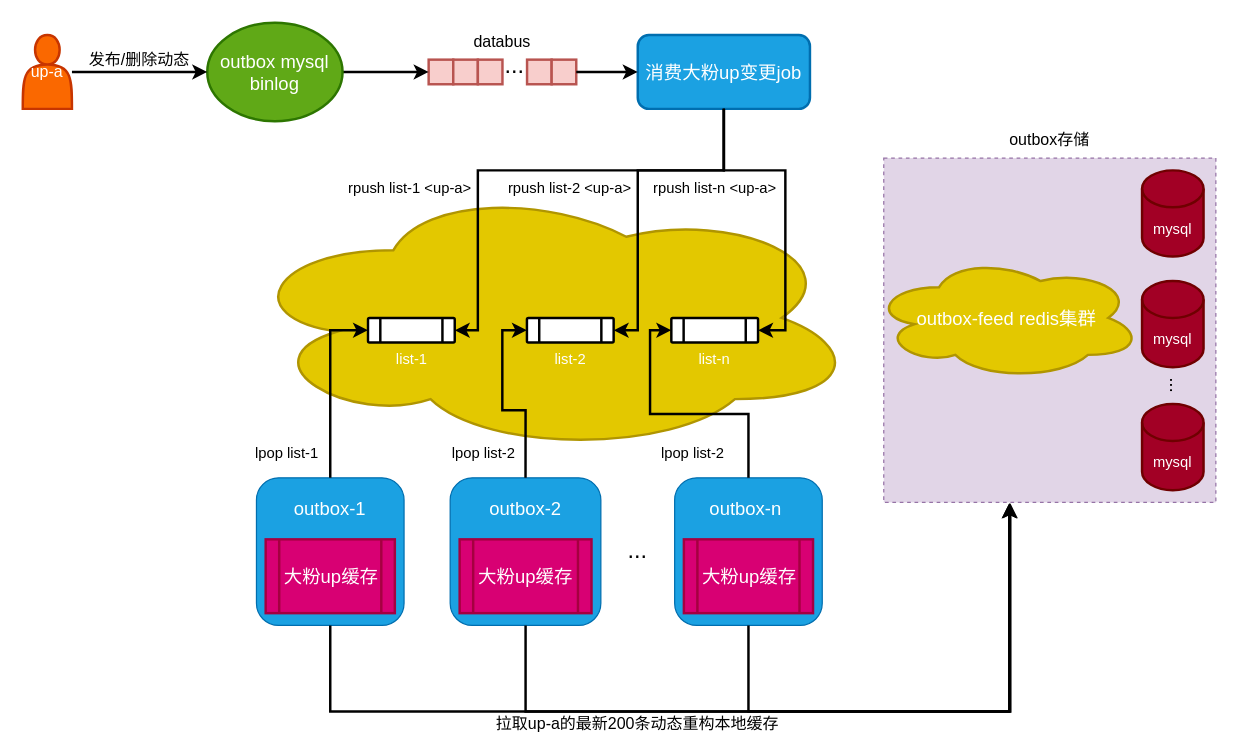
The draw.io diagram 常驻缓存异步通知.drawio in smartcharles/tech_draw, before the edit. Source tidied: cells renumbered, new cells numbered last; positions are measured from the earlier drawing's top-left corner, leaving out a move shared by most shapes. Both pictures are drawn from the tidied source at 123%, with x=0, y=0 at pixel (22, 22).
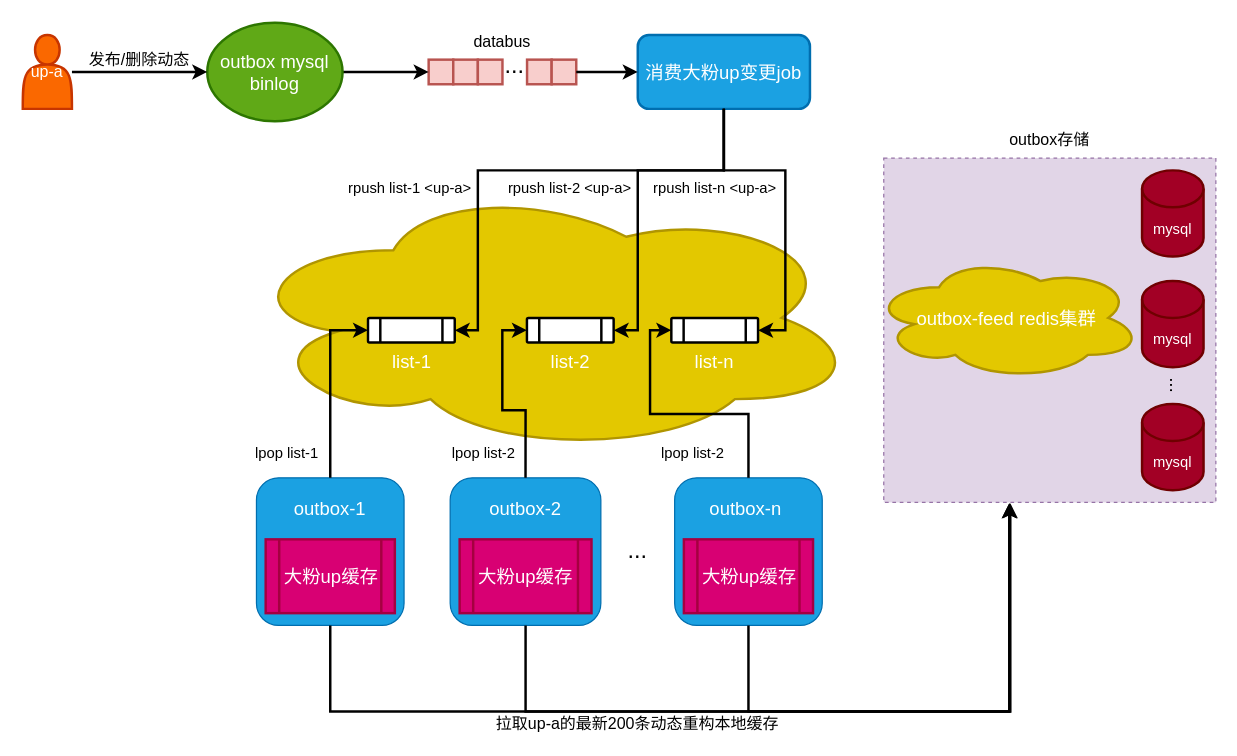
The same diagram, later.

Commit message (it also covers changes not shown here):
更新常驻缓存异步通知.drawio

The edit, as a diff of the source:
```diff
@@
-    <mxCell id="45" value="&lt;font color=&quot;#ffffff&quot;&gt;list-1&lt;/font&gt;" style="verticalLabelPosition=bottom;verticalAlign=top;html=1;shape=process;whiteSpace=wrap;rounded=1;size=0.14;arcSize=6;strokeWidth=2;" parent="1" vertex="1">
+    <mxCell id="45" value="&lt;font style=&quot;font-size: 15px;&quot; color=&quot;#ffffff&quot;&gt;list-1&lt;/font&gt;" style="verticalLabelPosition=bottom;verticalAlign=top;html=1;shape=process;whiteSpace=wrap;rounded=1;size=0.14;arcSize=6;strokeWidth=2;" parent="1" vertex="1">
       <mxGeometry x="280.7" y="240" width="70.5" height="20" as="geometry" />
     </mxCell>
-    <mxCell id="46" value="&lt;font color=&quot;#ffffff&quot;&gt;list-2&lt;/font&gt;" style="verticalLabelPosition=bottom;verticalAlign=top;html=1;shape=process;whiteSpace=wrap;rounded=1;size=0.14;arcSize=6;strokeWidth=2;" parent="1" vertex="1">
+    <mxCell id="46" value="&lt;font style=&quot;font-size: 15px;&quot; color=&quot;#ffffff&quot;&gt;list-2&lt;/font&gt;" style="verticalLabelPosition=bottom;verticalAlign=top;html=1;shape=process;whiteSpace=wrap;rounded=1;size=0.14;arcSize=6;strokeWidth=2;" parent="1" vertex="1">
       <mxGeometry x="409.9" y="240" width="70.5" height="20" as="geometry" />
     </mxCell>
-    <mxCell id="47" value="&lt;font color=&quot;#ffffff&quot;&gt;list-n&lt;/font&gt;" style="verticalLabelPosition=bottom;verticalAlign=top;html=1;shape=process;whiteSpace=wrap;rounded=1;size=0.14;arcSize=6;strokeWidth=2;" parent="1" vertex="1">
+    <mxCell id="47" value="&lt;font style=&quot;font-size: 15px;&quot; color=&quot;#ffffff&quot;&gt;list-n&lt;/font&gt;" style="verticalLabelPosition=bottom;verticalAlign=top;html=1;shape=process;whiteSpace=wrap;rounded=1;size=0.14;arcSize=6;strokeWidth=2;" parent="1" vertex="1">
       <mxGeometry x="527.3" y="240" width="70.5" height="20" as="geometry" />
     </mxCell>
```
